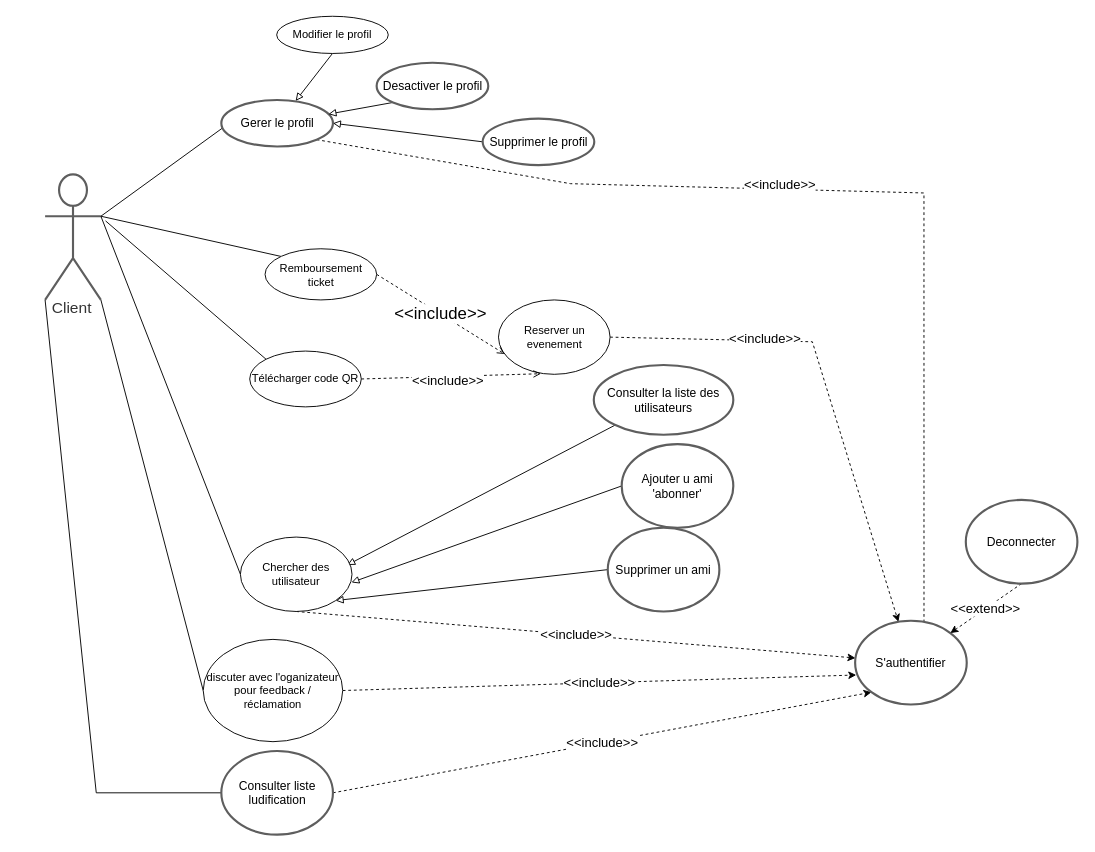
Above: Diagram de cas utilisation/Diagramme sans nom.drawio in mohamedimem/event- (draw.io), before the change. Source tidied: cells renumbered, new cells numbered last; positions are measured from the earlier drawing's top-left corner, leaving out a move shared by most shapes. Both pictures are drawn from the tidied source at 93%, with x=0, y=0 at pixel (45, 16).
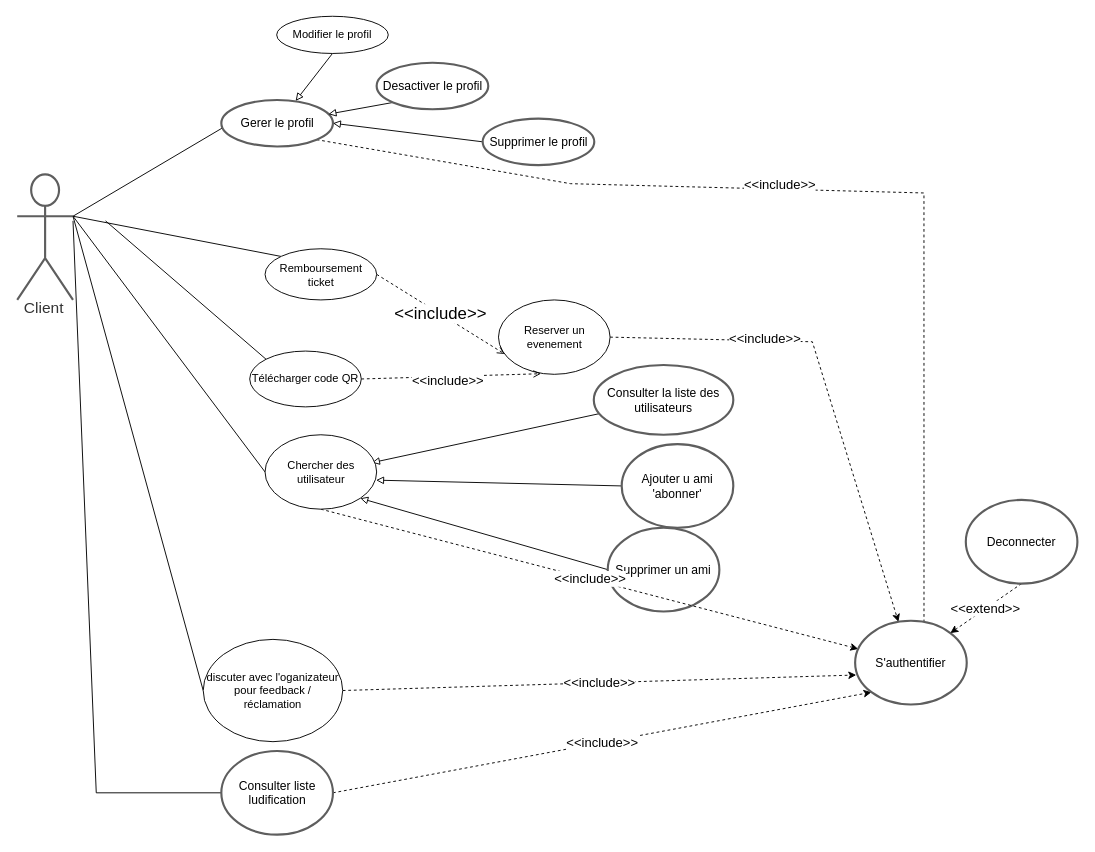
Above is the later version.

Commit message (it also covers changes not shown here):
Mettre à jour Diagramme sans nom.drawio

Unchanged cells that the change refers to:
```xml
<mxCell id="13" value="Consulter liste ludification" style="html=1;overflow=block;blockSpacing=1;whiteSpace=wrap;ellipse;fontSize=13;spacing=3.8;strokeColor=#5e5e5e;strokeOpacity=100;rounded=1;absoluteArcSize=1;arcSize=9;strokeWidth=2.3;lucidId=AtitZLWRrcX2;" parent="1" vertex="1">
  <mxGeometry x="189.5" y="790" width="120" height="90" as="geometry" />
</mxCell>
<mxCell id="34" value="discuter avec l'oganizateur pour feedback / réclamation" style="ellipse;whiteSpace=wrap;html=1;" parent="1" vertex="1">
  <mxGeometry x="170" y="670" width="150" height="110" as="geometry" />
</mxCell>
```

Change to the diagram source:
```diff
@@
-    <mxCell id="4" style="edgeStyle=none;rounded=0;jettySize=auto;html=1;exitX=1;exitY=1;exitDx=0;exitDy=0;exitPerimeter=0;entryX=0;entryY=0.5;entryDx=0;entryDy=0;fontSize=14;endArrow=none;endFill=0;" parent="1" edge="1" source="5" target="34">
+    <mxCell id="4" style="edgeStyle=none;rounded=0;jettySize=auto;html=1;exitX=1;exitY=0.3333333333333333;exitDx=0;exitDy=0;exitPerimeter=0;entryX=0;entryY=0.5;entryDx=0;entryDy=0;fontSize=14;endArrow=none;endFill=0;" parent="1" edge="1" source="5" target="34">
       <mxGeometry relative="1" as="geometry" />
     </mxCell>
     <mxCell id="5" value="Client" style="html=1;overflow=block;blockSpacing=1;shape=umlActor;labelPosition=center;verticalLabelPosition=bottom;verticalAlign=top;whiteSpace=nowrap;fontSize=16.7;fontColor=#333333;align=center;spacing=0;strokeColor=#5e5e5e;strokeOpacity=100;rounded=1;absoluteArcSize=1;arcSize=9;strokeWidth=2.3;lucidId=Zoit8c.qYpQ7;" parent="1" vertex="1">
-      <mxGeometry y="170" width="60" height="135" as="geometry" />
+      <mxGeometry x="-30" y="170" width="60" height="135" as="geometry" />
     </mxCell>
@@
-    <mxCell id="11" style="edgeStyle=none;rounded=0;jettySize=auto;html=1;exitX=0;exitY=0.5;exitDx=0;exitDy=0;entryX=0;entryY=1;entryDx=0;entryDy=0;entryPerimeter=0;fontSize=14;endArrow=none;endFill=0;" parent="1" edge="1" source="13" target="5">
+    <mxCell id="11" style="edgeStyle=none;rounded=0;jettySize=auto;html=1;exitX=0;exitY=0.5;exitDx=0;exitDy=0;fontSize=14;endArrow=none;endFill=0;" parent="1" edge="1" source="13">
       <mxGeometry relative="1" as="geometry">
+        <mxPoint x="30" y="220" as="targetPoint" />
         <Array as="points">
           <mxPoint x="55" y="835" />
         </Array>
       </mxGeometry>
     </mxCell>
@@
     <mxCell id="32" value="Chercher des utilisateur" style="ellipse;whiteSpace=wrap;html=1;" parent="1" vertex="1">
-      <mxGeometry x="210" y="560" width="120" height="80" as="geometry" />
+      <mxGeometry x="236.5" y="450" width="120" height="80" as="geometry" />
     </mxCell>
```
